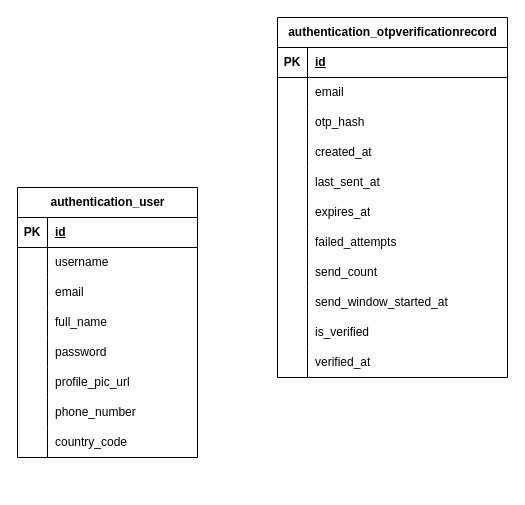
This is page "Authentication" (4 of 7) of diagrams/e-commerce-entity-relationship-diagram.drawio from RHILIUS/E-Commerce-Docs, a draw.io file, before an edit. Source tidied: cells renumbered, new cells numbered last; positions are measured from the earlier drawing's top-left corner, leaving out a move shared by most shapes. Both pictures are drawn from the tidied source at 100%, with x=0, y=0 at pixel (17, 17).
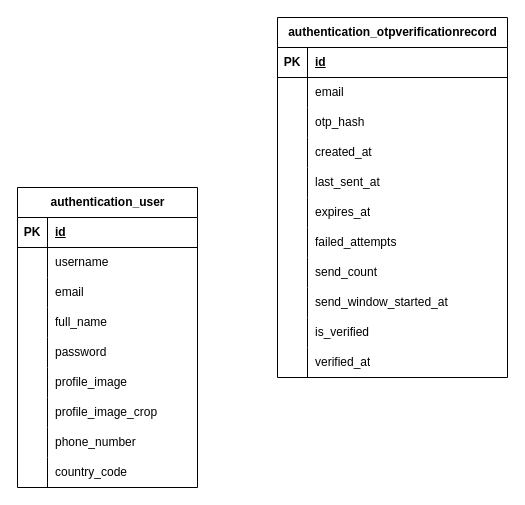
Above is the later version.

Commit message:
feat(erd): update user table

Unchanged cells that the change refers to:
```xml
<mxCell id="52" style="shape=tableRow;horizontal=0;startSize=0;swimlaneHead=0;swimlaneBody=0;fillColor=none;top=0;left=0;right=0;bottom=0;" parent="36" vertex="1">
  <mxGeometry y="180" width="180" height="30" as="geometry" />
</mxCell>
```

Change to the diagram source:
```diff
@@
     <mxCell id="36" value="&lt;font style=&quot;color: rgb(0, 0, 0);&quot;&gt;authentication_user&lt;/font&gt;" style="shape=table;startSize=30;childLayout=tableLayout;rowLines=0;fontStyle=1;align=center;html=1;" parent="1" vertex="1">
-      <mxGeometry y="170" width="180" height="270" as="geometry" />
+      <mxGeometry y="170" width="180" height="300" as="geometry" />
     </mxCell>
@@
-    <mxCell id="54" value="profile_pic_url" style="shape=partialRectangle;fillColor=none;top=0;left=0;bottom=0;right=0;align=left;spacingLeft=6;overflow=hidden;whiteSpace=wrap;html=1;" parent="52" vertex="1">
+    <mxCell id="54" value="profile_image" style="shape=partialRectangle;fillColor=none;top=0;left=0;bottom=0;right=0;align=left;spacingLeft=6;overflow=hidden;whiteSpace=wrap;html=1;" parent="52" vertex="1">
       <mxGeometry x="30" width="150" height="30" as="geometry" />
     </mxCell>
+    <mxCell id="61" style="shape=tableRow;horizontal=0;startSize=0;swimlaneHead=0;swimlaneBody=0;fillColor=none;top=0;left=0;right=0;bottom=0;" parent="36" vertex="1">
+      <mxGeometry y="210" width="180" height="30" as="geometry" />
+    </mxCell>
+    <mxCell id="62" style="shape=partialRectangle;fillColor=none;top=0;left=0;bottom=0;right=0;overflow=hidden;whiteSpace=wrap;html=1;" parent="61" vertex="1">
+      <mxGeometry width="30" height="30" as="geometry" />
+    </mxCell>
+    <mxCell id="63" value="profile_image_crop" style="shape=partialRectangle;fillColor=none;top=0;left=0;bottom=0;right=0;align=left;spacingLeft=6;overflow=hidden;whiteSpace=wrap;html=1;" parent="61" vertex="1">
+      <mxGeometry x="30" width="150" height="30" as="geometry" />
+    </mxCell>
     <mxCell id="55" style="shape=tableRow;horizontal=0;startSize=0;swimlaneHead=0;swimlaneBody=0;fillColor=none;top=0;left=0;right=0;bottom=0;" parent="36" vertex="1">
-      <mxGeometry y="210" width="180" height="30" as="geometry" />
+      <mxGeometry y="240" width="180" height="30" as="geometry" />
     </mxCell>
@@
     <mxCell id="58" style="shape=tableRow;horizontal=0;startSize=0;swimlaneHead=0;swimlaneBody=0;fillColor=none;top=0;left=0;right=0;bottom=0;" parent="36" vertex="1">
-      <mxGeometry y="240" width="180" height="30" as="geometry" />
+      <mxGeometry y="270" width="180" height="30" as="geometry" />
     </mxCell>
```
